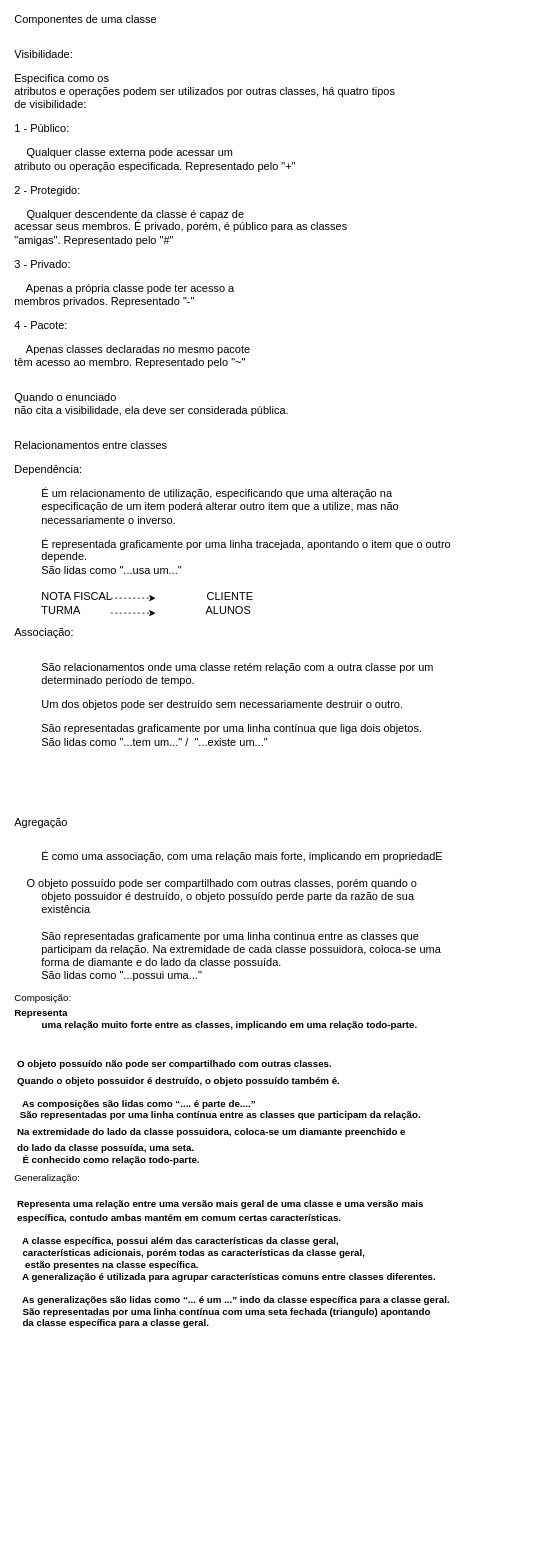
Before: Untitled Diagram.drawio in guilherme-2003/Modelagem-de-Software, a draw.io diagram. Source tidied: cells renumbered, new cells numbered last; positions are measured from the earlier drawing's top-left corner, leaving out a move shared by most shapes. Both pictures are drawn from the tidied source at 75%, with x=0, y=0 at pixel (13, 58).
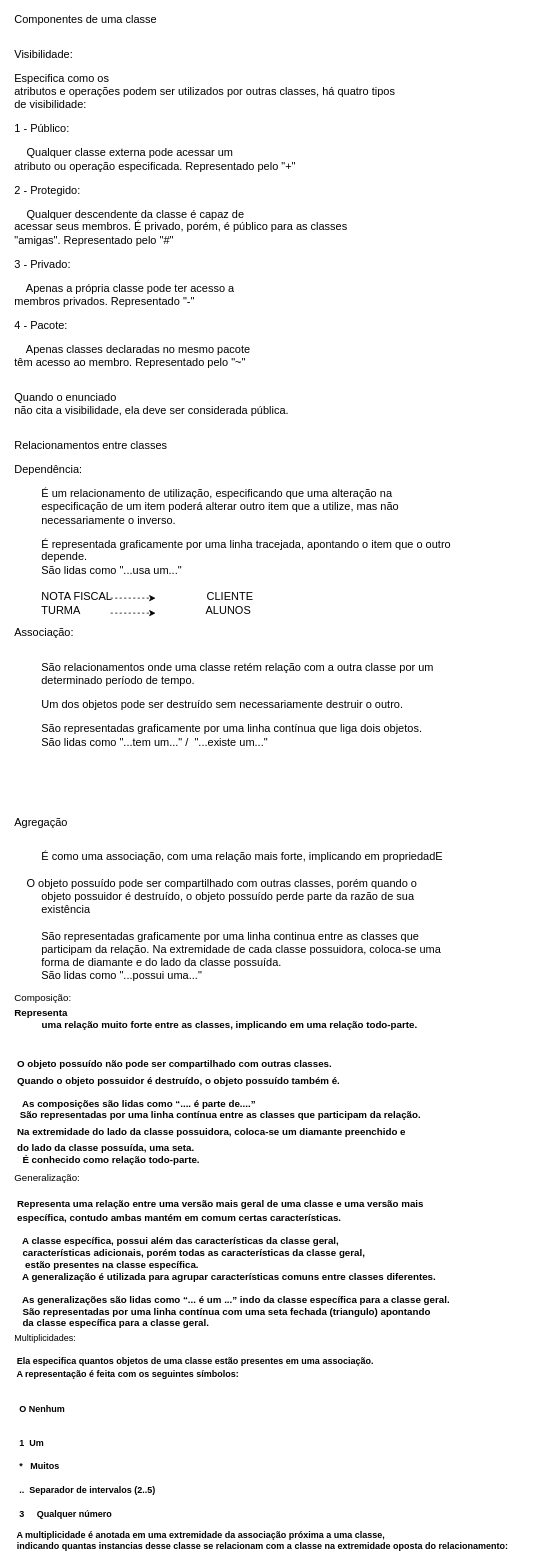
Above is the later version.

Diff of the diagram source:
```diff
@@
 <mxGraphModel>
   <root>
     <mxCell id="0" />
     <mxCell id="1" parent="0" />
     <mxCell id="2" value="&lt;p style=&quot;margin: 0in ; font-family: &amp;#34;calibri&amp;#34; ; font-size: 11.0pt&quot;&gt;Componentes de uma classe&lt;/p&gt;&lt;div&gt;&lt;br&gt;&lt;/div&gt;&lt;br&gt;&lt;p style=&quot;margin: 0in ; font-family: &amp;#34;calibri&amp;#34; ; font-size: 11.0pt&quot;&gt;Visibilidade:&lt;/p&gt;&lt;br&gt;&lt;p style=&quot;margin: 0in ; font-family: &amp;#34;calibri&amp;#34; ; font-size: 11.0pt&quot;&gt;Especifica como os&lt;br&gt;atributos e operações podem ser utilizados por outras classes, há quatro tipos&lt;br&gt;de visibilidade:&lt;/p&gt;&lt;br&gt;&lt;p style=&quot;margin: 0in ; font-family: &amp;#34;calibri&amp;#34; ; font-size: 11.0pt&quot;&gt;1 - Público:&lt;/p&gt;&lt;br&gt;&lt;p style=&quot;margin: 0in ; font-family: &amp;#34;calibri&amp;#34; ; font-size: 11.0pt&quot;&gt;&amp;nbsp;&amp;nbsp;&amp;nbsp; Qualquer classe externa pode acessar um&lt;br&gt;atributo ou operação especificada. Representado pelo &quot;+&quot;&lt;/p&gt;&lt;br&gt;&lt;p style=&quot;margin: 0in ; font-family: &amp;#34;calibri&amp;#34; ; font-size: 11.0pt&quot;&gt;2 - Protegido:&lt;/p&gt;&lt;br&gt;&lt;p style=&quot;margin: 0in ; font-family: &amp;#34;calibri&amp;#34; ; font-size: 11.0pt&quot;&gt;&amp;nbsp;&amp;nbsp;&amp;nbsp; Qualquer descendente da classe é capaz de&lt;br&gt;acessar seus membros. É privado, porém, é público para as classes&lt;br&gt;&quot;amigas&quot;. Representado pelo &quot;#&quot;&lt;/p&gt;&lt;br&gt;&lt;p style=&quot;margin: 0in ; font-family: &amp;#34;calibri&amp;#34; ; font-size: 11.0pt&quot;&gt;3 - Privado:&lt;/p&gt;&lt;br&gt;&lt;p style=&quot;margin: 0in ; font-family: &amp;#34;calibri&amp;#34; ; font-size: 11.0pt&quot;&gt;&amp;nbsp;&amp;nbsp;&amp;nbsp; Apenas a própria classe pode ter acesso a&lt;br&gt;membros privados. Representado &quot;-&quot;&lt;/p&gt;&lt;br&gt;&lt;p style=&quot;margin: 0in ; font-family: &amp;#34;calibri&amp;#34; ; font-size: 11.0pt&quot;&gt;4 - Pacote:&lt;/p&gt;&lt;br&gt;&lt;p style=&quot;margin: 0in ; font-family: &amp;#34;calibri&amp;#34; ; font-size: 11.0pt&quot;&gt;&amp;nbsp;&amp;nbsp;&amp;nbsp; Apenas classes declaradas no mesmo pacote&lt;br&gt;têm acesso ao membro. Representado pelo &quot;~&quot;&lt;/p&gt;&lt;br&gt;&lt;br&gt;&lt;p style=&quot;margin: 0in ; font-family: &amp;#34;calibri&amp;#34; ; font-size: 11.0pt&quot;&gt;Quando o enunciado&lt;br&gt;não cita a visibilidade, ela deve ser considerada pública.&lt;/p&gt;&lt;br&gt;&lt;br&gt;&lt;p style=&quot;margin: 0in ; font-family: &amp;#34;calibri&amp;#34; ; font-size: 11.0pt&quot;&gt;Relacionamentos entre classes&lt;/p&gt;&lt;br&gt;&lt;p style=&quot;margin: 0in ; font-family: &amp;#34;calibri&amp;#34; ; font-size: 11.0pt&quot;&gt;Dependência:&lt;/p&gt;&lt;br&gt;&lt;p style=&quot;margin: 0in ; margin-left: 0.375in ; font-family: &amp;#34;calibri&amp;#34; ; font-size: 11.0pt&quot;&gt;É um relacionamento de utilização, especificando que uma alteração na&lt;br&gt;especificação de um item poderá alterar outro item que a utilize, mas não&lt;br&gt;necessariamente o inverso.&lt;/p&gt;&lt;br&gt;&lt;p style=&quot;margin: 0in ; margin-left: 0.375in ; font-family: &amp;#34;calibri&amp;#34; ; font-size: 11.0pt&quot;&gt;É representada graficamente por uma linha tracejada, apontando o item que o outro&lt;br&gt;depende.&lt;/p&gt;&lt;p style=&quot;margin: 0in ; margin-left: 0.375in ; font-family: &amp;#34;calibri&amp;#34; ; font-size: 11.0pt&quot;&gt;São lidas como &quot;...usa um...&quot;&lt;/p&gt;&lt;p style=&quot;margin: 0in ; margin-left: 0.375in ; font-family: &amp;#34;calibri&amp;#34; ; font-size: 11.0pt&quot;&gt;&lt;br&gt;&lt;/p&gt;&lt;p style=&quot;margin: 0in ; margin-left: 0.375in ; font-family: &amp;#34;calibri&amp;#34; ; font-size: 11.0pt&quot;&gt;NOTA FISCAL&amp;nbsp; &amp;nbsp; &amp;nbsp; &amp;nbsp; &amp;nbsp; &amp;nbsp; &amp;nbsp; &amp;nbsp; &amp;nbsp; &amp;nbsp; &amp;nbsp; &amp;nbsp; &amp;nbsp; &amp;nbsp; &amp;nbsp; &amp;nbsp;CLIENTE&lt;/p&gt;&lt;p style=&quot;margin: 0in ; margin-left: 0.375in ; font-family: &amp;#34;calibri&amp;#34; ; font-size: 11.0pt&quot;&gt;TURMA&amp;nbsp; &amp;nbsp; &amp;nbsp; &amp;nbsp; &amp;nbsp; &amp;nbsp; &amp;nbsp; &amp;nbsp; &amp;nbsp; &amp;nbsp; &amp;nbsp; &amp;nbsp; &amp;nbsp; &amp;nbsp; &amp;nbsp; &amp;nbsp; &amp;nbsp; &amp;nbsp; &amp;nbsp; &amp;nbsp; &amp;nbsp;ALUNOS&lt;/p&gt;&lt;p style=&quot;margin: 0in ; margin-left: 0.375in ; font-family: &amp;#34;calibri&amp;#34; ; font-size: 11.0pt&quot;&gt;&lt;br&gt;&lt;/p&gt;&lt;p style=&quot;margin: 0in ; margin-left: 0.375in ; font-family: &amp;#34;calibri&amp;#34; ; font-size: 11.0pt&quot;&gt;&lt;br&gt;&lt;/p&gt;" style="text;html=1;align=left;verticalAlign=middle;strokeColor=none;fillColor=none;" parent="1" vertex="1">
       <mxGeometry width="550" height="720" as="geometry" />
     </mxCell>
     <mxCell id="3" style="endArrow=classic;dashed=1;html=1;endFill=1;" parent="1" edge="1">
       <mxGeometry relative="1" as="geometry">
         <mxPoint x="130" y="720" as="sourcePoint" />
         <mxPoint x="190" y="720" as="targetPoint" />
       </mxGeometry>
     </mxCell>
     <mxCell id="4" style="endArrow=classic;dashed=1;html=1;endFill=1;" parent="1" edge="1">
       <mxGeometry relative="1" as="geometry">
         <mxPoint x="130" y="740" as="sourcePoint" />
         <mxPoint x="190" y="740" as="targetPoint" />
       </mxGeometry>
     </mxCell>
     <mxCell id="5" value="&lt;p style=&quot;margin: 0in ; font-family: &amp;#34;calibri&amp;#34; ; font-size: 11.0pt&quot;&gt;Associação:&lt;/p&gt;&lt;br&gt;&lt;br&gt;&lt;p style=&quot;margin: 0in ; margin-left: 0.375in ; font-family: &amp;#34;calibri&amp;#34; ; font-size: 11.0pt&quot;&gt;São relacionamentos onde uma classe retém relação com a outra classe por um&lt;br&gt;determinado período de tempo.&lt;/p&gt;&lt;br&gt;&lt;p style=&quot;margin: 0in ; margin-left: 0.375in ; font-family: &amp;#34;calibri&amp;#34; ; font-size: 11.0pt&quot;&gt;Um dos objetos pode ser destruído sem necessariamente destruir o outro.&lt;/p&gt;&lt;br&gt;&lt;p style=&quot;margin: 0in ; margin-left: 0.375in ; font-family: &amp;#34;calibri&amp;#34; ; font-size: 11.0pt&quot;&gt;São representadas graficamente por uma linha contínua que liga dois objetos.&lt;/p&gt;&lt;p style=&quot;margin: 0in ; margin-left: 0.375in ; font-family: &amp;#34;calibri&amp;#34; ; font-size: 11.0pt&quot;&gt;São lidas como &quot;...tem um...&quot; /&amp;nbsp; &quot;...existe um...&quot;&lt;/p&gt;&lt;br&gt;&lt;br&gt;&lt;p style=&quot;margin: 0in ; margin-left: 0.375in ; font-family: &amp;#34;calibri&amp;#34; ; font-size: 11.0pt&quot;&gt;&amp;nbsp;&lt;/p&gt;&lt;br&gt;&lt;br&gt;&lt;div style=&quot;direction: ltr&quot;&gt;&lt;/div&gt;&lt;br&gt;&lt;p style=&quot;margin: 0in ; font-family: &amp;#34;calibri&amp;#34; ; font-size: 11.0pt&quot;&gt;Agregação&lt;/p&gt;&lt;br&gt;&lt;br&gt;&lt;p style=&quot;margin: 0in ; margin-left: 0.375in ; font-family: &amp;#34;calibri&amp;#34; ; font-size: 11.0pt&quot;&gt;É como uma associação, com uma relação mais forte, implicando em propriedadE&lt;/p&gt;&lt;p style=&quot;margin: 0in ; margin-left: 0.375in ; font-family: &amp;#34;calibri&amp;#34; ; font-size: 11.0pt&quot;&gt;&lt;br&gt;&lt;/p&gt;&lt;span style=&quot;font-family: &amp;#34;calibri&amp;#34; ; font-size: 11pt&quot;&gt;&lt;span style=&quot;white-space: pre&quot;&gt; &lt;/span&gt;&amp;nbsp; &amp;nbsp;O&amp;nbsp;&lt;/span&gt;&lt;span style=&quot;font-family: &amp;#34;calibri&amp;#34; ; font-size: 11pt&quot;&gt;objeto possuído pode ser compartilhado com outras classes, porém quando o&lt;/span&gt;&lt;span style=&quot;font-family: &amp;#34;calibri&amp;#34; ; font-size: 11pt&quot;&gt;&lt;br&gt;&lt;/span&gt;&lt;p style=&quot;margin: 0in ; margin-left: 0.375in ; font-family: &amp;#34;calibri&amp;#34; ; font-size: 11.0pt&quot;&gt;objeto possuidor é destruído, o objeto possuído perde parte da razão de sua&lt;br&gt;existência&lt;/p&gt;&lt;p style=&quot;margin: 0in ; margin-left: 0.375in ; font-family: &amp;#34;calibri&amp;#34; ; font-size: 11.0pt&quot;&gt;&lt;br&gt;&lt;/p&gt;&lt;p style=&quot;margin: 0in ; margin-left: 0.375in ; font-family: &amp;#34;calibri&amp;#34; ; font-size: 11.0pt&quot;&gt;São representadas graficamente por uma linha continua entre as classes que&lt;br&gt;participam da relação. Na extremidade de cada classe possuidora, coloca-se uma&lt;br&gt;forma de diamante e do lado da classe possuída.&lt;/p&gt;&lt;p style=&quot;margin: 0in ; margin-left: 0.375in ; font-family: &amp;#34;calibri&amp;#34; ; font-size: 11.0pt&quot;&gt;São lidas como &quot;...possui uma...&quot;&lt;/p&gt;" style="text;html=1;align=left;verticalAlign=middle;strokeColor=none;fillColor=none;" parent="1" vertex="1">
       <mxGeometry y="790" width="540" height="410" as="geometry" />
     </mxCell>
     <mxCell id="6" value="&lt;font style=&quot;font-size: 13px&quot;&gt;Composição:&lt;br&gt;&lt;/font&gt;&lt;p style=&quot;margin-top: 4.32pt ; margin-bottom: 0pt ; margin-left: 0.38in ; text-indent: -0.38in ; direction: ltr ; unicode-bidi: embed ; vertical-align: baseline ; font-size: 13px&quot;&gt;&lt;span style=&quot;font-family: &amp;#34;arial&amp;#34; ; font-weight: bold&quot;&gt;&lt;font style=&quot;font-size: 13px&quot;&gt;Representa&lt;br&gt;uma relação muito forte entre as classes, implicando em uma relação todo-parte.&lt;/font&gt;&lt;/span&gt;&lt;/p&gt;&lt;font style=&quot;font-size: 13px&quot;&gt;&lt;br&gt;&lt;br&gt;&lt;/font&gt;&lt;p style=&quot;margin-top: 4.32pt ; margin-bottom: 0pt ; margin-left: 0.38in ; text-indent: -0.38in ; direction: ltr ; unicode-bidi: embed ; vertical-align: baseline ; font-size: 13px&quot;&gt;&lt;span style=&quot;font-family: &amp;#34;arial&amp;#34; ; font-weight: bold&quot;&gt;&lt;font style=&quot;font-size: 13px&quot;&gt;&lt;span style=&quot;white-space: pre&quot;&gt; &lt;/span&gt;O objeto possuído não pode ser compartilhado com outras classes.&amp;nbsp;&lt;/font&gt;&lt;/span&gt;&lt;/p&gt;&lt;p style=&quot;margin-top: 4.32pt ; margin-bottom: 0pt ; margin-left: 0.38in ; text-indent: -0.38in ; direction: ltr ; unicode-bidi: embed ; vertical-align: baseline ; font-size: 13px&quot;&gt;&lt;span style=&quot;font-family: &amp;#34;arial&amp;#34; ; font-weight: bold&quot;&gt;&lt;font style=&quot;font-size: 13px&quot;&gt;&lt;span style=&quot;white-space: pre&quot;&gt; &lt;/span&gt;Quando o objeto possuidor é destruído, o objeto possuído também é.&lt;/font&gt;&lt;/span&gt;&lt;/p&gt;&lt;font style=&quot;font-size: 13px&quot;&gt;&lt;br&gt;&lt;span style=&quot;font-family: &amp;#34;arial&amp;#34; ; font-weight: bold ; text-indent: -0.38in ; white-space: pre&quot;&gt; &lt;/span&gt;&lt;span style=&quot;font-family: &amp;#34;arial&amp;#34; ; font-weight: bold ; text-indent: -0.38in&quot;&gt;&amp;nbsp; As composições são lidas como “.... é parte &lt;/span&gt;&lt;span style=&quot;font-family: &amp;#34;arial&amp;#34; ; font-weight: bold ; text-indent: -0.38in&quot;&gt;de....”&lt;/span&gt;&lt;br&gt;&lt;span style=&quot;font-family: &amp;#34;arial&amp;#34; ; font-weight: bold ; text-indent: -0.38in&quot;&gt;&lt;span style=&quot;white-space: pre&quot;&gt; &lt;/span&gt;&amp;nbsp;São representadas por uma linha contínua entre &lt;/span&gt;&lt;span style=&quot;font-family: &amp;#34;arial&amp;#34; ; font-weight: bold ; text-indent: -0.38in&quot;&gt;as classes que participam da relação.&amp;nbsp;&lt;/span&gt;&lt;br&gt;&lt;/font&gt;&lt;p style=&quot;margin-top: 4.32pt ; margin-bottom: 0pt ; margin-left: 0.38in ; text-indent: -0.38in ; direction: ltr ; unicode-bidi: embed ; vertical-align: baseline ; font-size: 13px&quot;&gt;&lt;span style=&quot;font-family: &amp;#34;arial&amp;#34; ; font-weight: bold&quot;&gt;&lt;font style=&quot;font-size: 13px&quot;&gt;&lt;span style=&quot;white-space: pre&quot;&gt; &lt;/span&gt;Na extremidade do lado da classe possuidora, coloca-se um diamante preenchido e&amp;nbsp;&lt;/font&gt;&lt;/span&gt;&lt;/p&gt;&lt;p style=&quot;margin-top: 4.32pt ; margin-bottom: 0pt ; margin-left: 0.38in ; text-indent: -0.38in ; direction: ltr ; unicode-bidi: embed ; vertical-align: baseline ; font-size: 13px&quot;&gt;&lt;span style=&quot;font-family: &amp;#34;arial&amp;#34; ; font-weight: bold&quot;&gt;&lt;font style=&quot;font-size: 13px&quot;&gt;&lt;span style=&quot;white-space: pre&quot;&gt; &lt;/span&gt;do lado da classe possuída, uma seta.&lt;/font&gt;&lt;/span&gt;&lt;/p&gt;&lt;font style=&quot;font-size: 13px&quot;&gt;&lt;span style=&quot;font-family: &amp;#34;arial&amp;#34; ; font-weight: bold ; text-indent: -0.38in&quot;&gt;&lt;span style=&quot;white-space: pre&quot;&gt; &lt;/span&gt;&amp;nbsp; É conhecido como relação todo-parte.&lt;/span&gt;&lt;br&gt;&lt;/font&gt;" style="text;html=1;align=left;verticalAlign=middle;strokeColor=none;fillColor=none;" parent="1" vertex="1">
       <mxGeometry y="1250" width="590" height="220" as="geometry" />
     </mxCell>
     <mxCell id="7" value="&lt;font style=&quot;font-size: 13px&quot;&gt;Generalização:&lt;br&gt;&lt;br&gt;&lt;/font&gt;&lt;p style=&quot;margin-top: 2.4pt ; margin-bottom: 0pt ; margin-left: 0.38in ; text-indent: -0.38in ; direction: ltr ; unicode-bidi: embed ; vertical-align: baseline&quot;&gt;&lt;span style=&quot;font-family: &amp;#34;arial&amp;#34; ; font-weight: bold&quot;&gt;&lt;font style=&quot;font-size: 13px&quot;&gt;&lt;span style=&quot;white-space: pre&quot;&gt; &lt;/span&gt;Representa uma relação entre uma versão mais geral de uma classe e uma versão mais&lt;/font&gt;&lt;/span&gt;&lt;/p&gt;&lt;p style=&quot;margin-top: 2.4pt ; margin-bottom: 0pt ; margin-left: 0.38in ; text-indent: -0.38in ; direction: ltr ; unicode-bidi: embed ; vertical-align: baseline&quot;&gt;&lt;span style=&quot;font-family: &amp;#34;arial&amp;#34; ; font-weight: bold&quot;&gt;&lt;font style=&quot;font-size: 13px&quot;&gt;&lt;span style=&quot;white-space: pre&quot;&gt; &lt;/span&gt;específica, contudo ambas mantém em comum certas características.&lt;/font&gt;&lt;/span&gt;&lt;/p&gt;&lt;font style=&quot;font-size: 13px&quot;&gt;&lt;br&gt;&lt;/font&gt;&lt;font style=&quot;font-size: 13px&quot;&gt;&lt;span style=&quot;font-family: &amp;#34;arial&amp;#34; ; font-weight: bold ; text-indent: -0.38in&quot;&gt;&lt;span style=&quot;white-space: pre&quot;&gt; &lt;/span&gt;&amp;nbsp; A classe específica, possui além das&amp;nbsp;&lt;/span&gt;&lt;span style=&quot;font-family: &amp;#34;arial&amp;#34; ; font-weight: bold ; text-indent: -0.38in&quot;&gt;características da classe geral, &lt;br&gt;&lt;span style=&quot;white-space: pre&quot;&gt; &lt;/span&gt;&amp;nbsp; características adicionais, porém todas as&amp;nbsp;&lt;/span&gt;&lt;span style=&quot;font-family: &amp;#34;arial&amp;#34; ; font-weight: bold ; text-indent: -0.38in&quot;&gt;características da classe geral, &lt;br&gt;&lt;span style=&quot;white-space: pre&quot;&gt; &lt;/span&gt;&amp;nbsp; &amp;nbsp;estão presentes na classe específica.&lt;/span&gt;&lt;span style=&quot;font-family: &amp;#34;arial&amp;#34; ; font-weight: bold ; text-indent: -0.38in&quot;&gt;&lt;br&gt;&lt;/span&gt;&lt;/font&gt;&lt;font style=&quot;font-size: 13px&quot;&gt;&lt;span style=&quot;font-family: &amp;#34;arial&amp;#34; ; font-weight: bold ; text-indent: -0.38in&quot;&gt;&lt;span style=&quot;white-space: pre&quot;&gt; &lt;/span&gt;&amp;nbsp; A generalização é utilizada para agrupar&amp;nbsp;&lt;/span&gt;&lt;span style=&quot;font-family: &amp;#34;arial&amp;#34; ; font-weight: bold ; text-indent: -0.38in&quot;&gt;características comuns entre classes diferentes.&lt;/span&gt;&lt;span style=&quot;font-family: &amp;#34;arial&amp;#34; ; font-weight: bold ; text-indent: -0.38in&quot;&gt;&lt;br&gt;&lt;/span&gt;&lt;/font&gt;&lt;font style=&quot;font-size: 13px&quot;&gt;&lt;br&gt;&lt;/font&gt;&lt;font style=&quot;font-size: 13px&quot;&gt;&lt;span style=&quot;font-family: &amp;#34;arial&amp;#34; ; font-weight: bold ; text-indent: -0.38in&quot;&gt;&lt;span style=&quot;white-space: pre&quot;&gt; &lt;/span&gt;&amp;nbsp; As generalizações são lidas como “... é um&amp;nbsp;&lt;/span&gt;&lt;span style=&quot;font-family: &amp;#34;arial&amp;#34; ; font-weight: bold ; text-indent: -0.38in&quot;&gt;...” indo da classe específica para a classe geral.&lt;/span&gt;&lt;span style=&quot;font-family: &amp;#34;arial&amp;#34; ; font-weight: bold ; text-indent: -0.38in&quot;&gt;&lt;br&gt;&lt;/span&gt;&lt;/font&gt;&lt;font style=&quot;font-size: 13px&quot;&gt;&lt;span style=&quot;font-family: &amp;#34;arial&amp;#34; ; font-weight: bold ; text-indent: -0.38in&quot;&gt;&lt;span style=&quot;white-space: pre&quot;&gt; &lt;/span&gt;&amp;nbsp; São representadas por uma linha contínua com&amp;nbsp;&lt;/span&gt;&lt;span style=&quot;font-family: &amp;#34;arial&amp;#34; ; font-weight: bold ; text-indent: -0.38in&quot;&gt;uma seta fechada (triangulo) apontando &lt;br&gt;&lt;span style=&quot;white-space: pre&quot;&gt; &lt;/span&gt;&amp;nbsp; da classe específica para a classe&amp;nbsp;&lt;/span&gt;&lt;span style=&quot;font-family: &amp;#34;arial&amp;#34; ; font-weight: bold ; text-indent: -0.38in&quot;&gt;geral.&lt;/span&gt;&lt;span style=&quot;font-family: &amp;#34;arial&amp;#34; ; font-weight: bold ; text-indent: -0.38in&quot;&gt;&lt;br&gt;&lt;/span&gt;&lt;/font&gt;" style="text;html=1;align=left;verticalAlign=middle;strokeColor=none;fillColor=none;fontSize=13;fontColor=#000000;" parent="1" vertex="1">
       <mxGeometry y="1480" width="620" height="220" as="geometry" />
     </mxCell>
+    <mxCell id="8" value="&lt;font style=&quot;font-size: 12px&quot;&gt;Multiplicidades:&lt;br&gt;&lt;br&gt;&lt;/font&gt;&lt;p style=&quot;margin-top: 1.92pt ; margin-bottom: 0pt ; margin-left: 0.38in ; text-indent: -0.38in ; direction: ltr ; unicode-bidi: embed ; vertical-align: baseline&quot;&gt;&lt;span style=&quot;font-family: &amp;#34;arial&amp;#34; ; font-weight: bold&quot;&gt;&lt;font style=&quot;font-size: 12px&quot;&gt;&lt;span style=&quot;white-space: pre&quot;&gt; &lt;/span&gt;Ela especifica quantos objetos de uma classe estão presentes em uma associação.&amp;nbsp;&lt;/font&gt;&lt;/span&gt;&lt;/p&gt;&lt;p style=&quot;margin-top: 1.92pt ; margin-bottom: 0pt ; margin-left: 0.38in ; text-indent: -0.38in ; direction: ltr ; unicode-bidi: embed ; vertical-align: baseline&quot;&gt;&lt;span style=&quot;font-family: &amp;#34;arial&amp;#34; ; font-weight: bold&quot;&gt;&lt;font style=&quot;font-size: 12px&quot;&gt;&lt;span style=&quot;white-space: pre&quot;&gt; &lt;/span&gt;A representação é feita com os seguintes símbolos:&lt;/font&gt;&lt;/span&gt;&lt;/p&gt;&lt;font style=&quot;font-size: 12px&quot;&gt;&lt;br&gt;&lt;br&gt;&lt;/font&gt;&lt;p style=&quot;margin-top: 1.92pt ; margin-bottom: 0pt ; margin-left: 0.38in ; text-indent: -0.38in ; direction: ltr ; unicode-bidi: embed ; vertical-align: baseline&quot;&gt;&lt;span style=&quot;font-family: &amp;#34;arial&amp;#34; ; font-weight: bold&quot;&gt;&lt;font style=&quot;font-size: 12px&quot;&gt;&amp;nbsp; O&amp;nbsp;Nenhum&lt;/font&gt;&lt;/span&gt;&lt;/p&gt;&lt;font style=&quot;font-size: 12px&quot;&gt;&lt;br&gt;&lt;br&gt;&lt;/font&gt;&lt;p style=&quot;margin-top: 1.92pt ; margin-bottom: 0pt ; margin-left: 0.38in ; text-indent: -0.38in ; direction: ltr ; unicode-bidi: embed ; vertical-align: baseline&quot;&gt;&lt;span style=&quot;font-family: &amp;#34;arial&amp;#34; ; font-weight: bold&quot;&gt;&lt;font style=&quot;font-size: 12px&quot;&gt;&amp;nbsp; 1&amp;nbsp; Um&lt;/font&gt;&lt;/span&gt;&lt;/p&gt;&lt;font style=&quot;font-size: 12px&quot;&gt;&lt;br&gt;&lt;/font&gt;&lt;p style=&quot;margin-top: 1.92pt ; margin-bottom: 0pt ; margin-left: 0.38in ; text-indent: -0.38in ; direction: ltr ; unicode-bidi: embed ; vertical-align: baseline&quot;&gt;&lt;span style=&quot;font-family: &amp;#34;arial&amp;#34; ; font-weight: bold&quot;&gt;&lt;font style=&quot;font-size: 12px&quot;&gt;&amp;nbsp; * &amp;nbsp; Muitos&lt;/font&gt;&lt;/span&gt;&lt;/p&gt;&lt;font style=&quot;font-size: 12px&quot;&gt;&lt;br&gt;&lt;/font&gt;&lt;p style=&quot;margin-top: 1.92pt ; margin-bottom: 0pt ; margin-left: 0.38in ; text-indent: -0.38in ; direction: ltr ; unicode-bidi: embed ; vertical-align: baseline&quot;&gt;&lt;span style=&quot;font-family: &amp;#34;arial&amp;#34; ; font-weight: bold&quot;&gt;&lt;font style=&quot;font-size: 12px&quot;&gt;&amp;nbsp; ..&amp;nbsp; Separador de intervalos (2..5) &lt;/font&gt;&lt;/span&gt;&lt;/p&gt;&lt;font style=&quot;font-size: 12px&quot;&gt;&lt;br&gt;&lt;/font&gt;&lt;p style=&quot;margin-top: 1.92pt ; margin-bottom: 0pt ; margin-left: 0.38in ; text-indent: -0.38in ; direction: ltr ; unicode-bidi: embed ; vertical-align: baseline&quot;&gt;&lt;span style=&quot;font-family: &amp;#34;arial&amp;#34; ; font-weight: bold&quot;&gt;&lt;font style=&quot;font-size: 12px&quot;&gt;&amp;nbsp; 3&amp;nbsp;&amp;nbsp;&amp;nbsp;&amp;nbsp;&amp;nbsp;Qualquer número&lt;/font&gt;&lt;/span&gt;&lt;/p&gt;&lt;font style=&quot;font-size: 12px&quot;&gt;&lt;br&gt;&lt;span style=&quot;text-indent: -0.38in ; font-weight: bold ; font-family: &amp;#34;arial&amp;#34;&quot;&gt;&lt;span style=&quot;white-space: pre&quot;&gt; &lt;/span&gt;A multiplicidade é anotada em uma extremidade&amp;nbsp;&lt;/span&gt;&lt;span style=&quot;font-family: &amp;#34;arial&amp;#34; ; font-weight: bold ; text-indent: -0.38in&quot;&gt;da associação próxima a uma classe, &lt;br&gt;&lt;span style=&quot;white-space: pre&quot;&gt; &lt;/span&gt;indicando quantas instancias desse classe&amp;nbsp;&lt;/span&gt;&lt;span style=&quot;font-family: &amp;#34;arial&amp;#34; ; font-weight: bold ; text-indent: -0.38in&quot;&gt;se relacionam com a classe na extremidade oposta do relacionamento:&lt;/span&gt;&lt;/font&gt;&lt;span style=&quot;font-family: &amp;#34;arial&amp;#34; ; font-size: 8pt ; font-weight: bold ; text-indent: -0.38in&quot;&gt;&lt;br&gt;&lt;/span&gt;" style="text;html=1;align=left;verticalAlign=middle;strokeColor=none;fillColor=none;" parent="1" vertex="1">
+      <mxGeometry y="1700" width="700" height="290" as="geometry" />
+    </mxCell>
   </root>
 </mxGraphModel>
```
